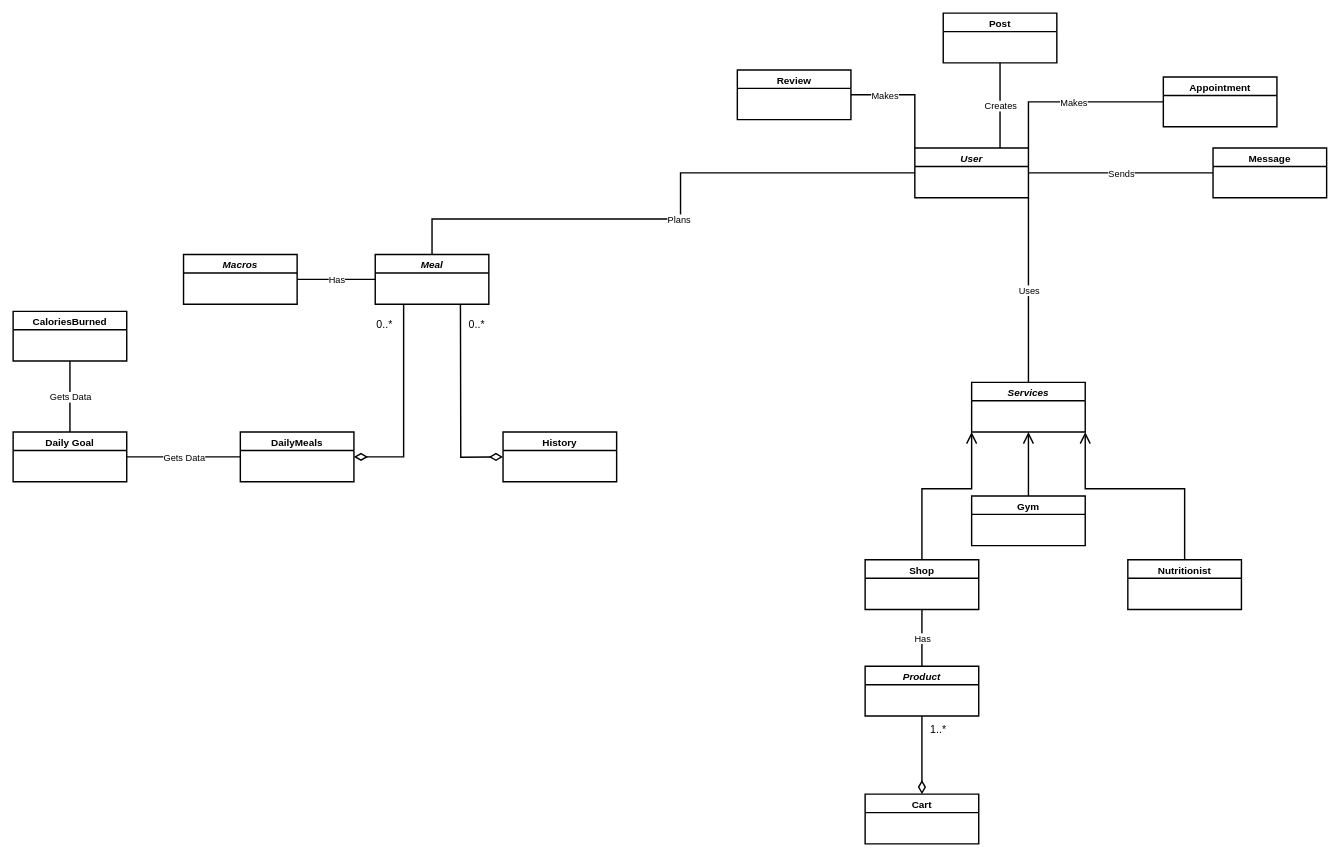
Above: ΤΡΙΤΟ ΠΑΡΑΔΟΤΕΟ/Διορθώσεις προηγούμενων παραδοτέων/DomainModelChartVersion2.drawio in Dionkaps/Eu-Zin (draw.io), before the change. Source tidied: cells renumbered, new cells numbered last; positions are measured from the earlier drawing's top-left corner, leaving out a move shared by most shapes. Both pictures are drawn from the tidied source at 71%, with x=0, y=0 at pixel (13, 13).
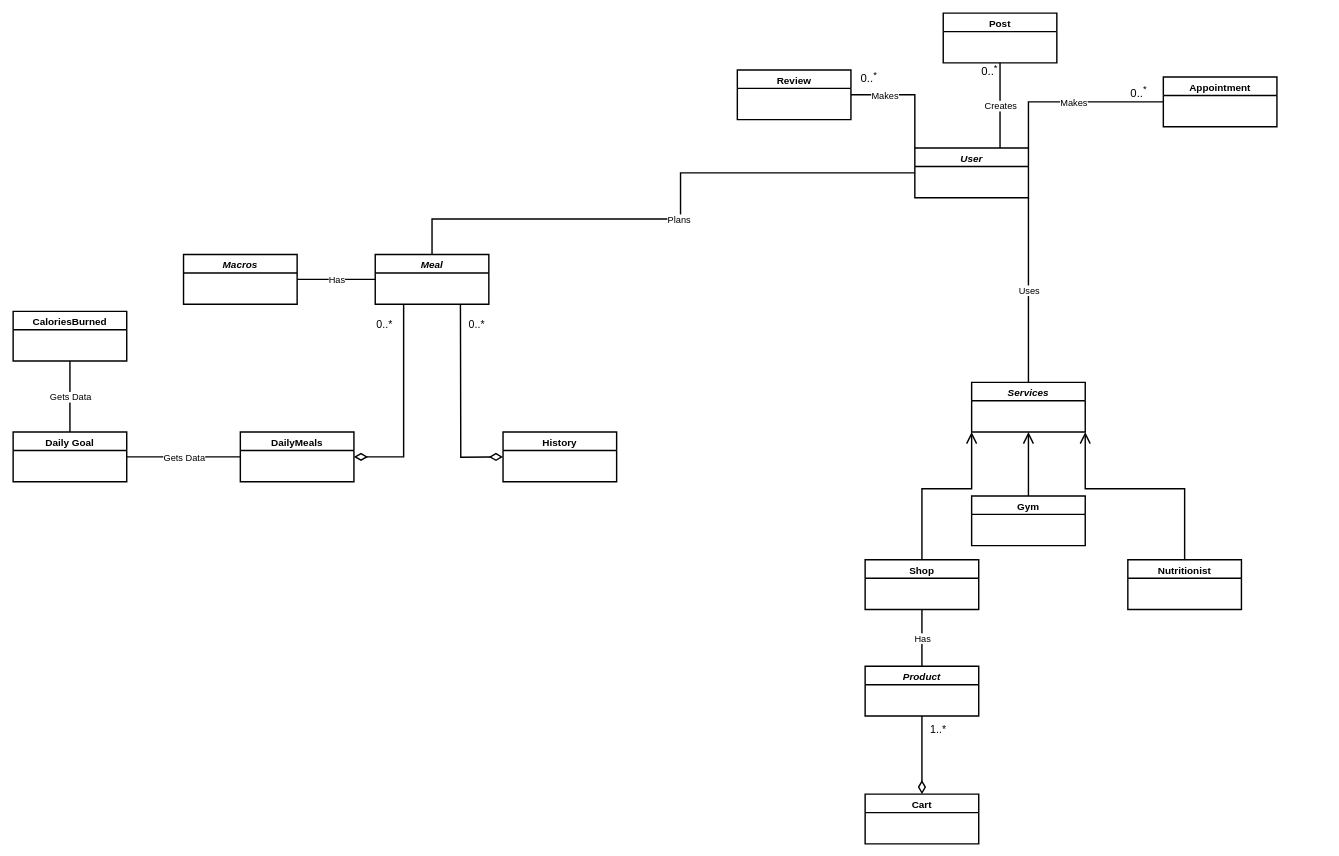
The same page after the edit.

Commit message (it also covers changes not shown here):
Τελική επεξεργασία Domain Model

Τελικές αλλαγές τοσο στο Word οσο και στο διάγραμμα του Domain Model

Unchanged cells that the change refers to:
```xml
<mxCell id="2" value="User" style="swimlane;fontStyle=3;align=center;verticalAlign=top;horizontal=1;startSize=26;rounded=0;shadow=0;strokeWidth=2;fontSize=14;" parent="1" vertex="1">
  <mxGeometry x="1270" y="190" width="160" height="70" as="geometry" />
</mxCell>
```

Change to the diagram source:
```diff
@@
-    <mxCell id="13" value="Message" style="swimlane;fontStyle=1;align=center;verticalAlign=top;horizontal=1;startSize=26;rounded=0;shadow=0;strokeWidth=2;fontSize=14;" parent="1" vertex="1">
-      <mxGeometry x="1690" y="190" width="160" height="70" as="geometry" />
-    </mxCell>
@@
-    <mxCell id="19" style="endArrow=none;html=1;rounded=0;anchorPointDirection=1;startFill=1;endFill=0;strokeWidth=2;exitX=1;exitY=0.5;exitDx=0;exitDy=0;entryX=0;entryY=0.5;entryDx=0;entryDy=0;" parent="1" edge="1" source="2" target="13">
-      <mxGeometry relative="1" as="geometry" />
-    </mxCell>
-    <mxCell id="20" value="Sends" style="edgeLabel;html=1;align=center;verticalAlign=middle;fontSize=13;" parent="19" vertex="1">
-      <mxGeometry relative="1" as="geometry" />
-    </mxCell>
@@
+    <mxCell id="45" value="&lt;font style=&quot;font-size: 16px;&quot;&gt;0..&lt;sup&gt;*&lt;/sup&gt;&lt;/font&gt;" style="text;html=1;align=center;verticalAlign=middle;strokeColor=none;fillColor=none;" parent="1" vertex="1">
+      <mxGeometry x="1560" y="90" width="50" height="40" as="geometry" />
+    </mxCell>
+    <mxCell id="46" value="&lt;font style=&quot;font-size: 16px;&quot;&gt;0..&lt;sup&gt;*&lt;/sup&gt;&lt;/font&gt;" style="text;html=1;align=center;verticalAlign=middle;strokeColor=none;fillColor=none;" parent="1" vertex="1">
+      <mxGeometry x="1350" y="60" width="50" height="40" as="geometry" />
+    </mxCell>
+    <mxCell id="47" value="&lt;font style=&quot;font-size: 16px;&quot;&gt;0..&lt;sup&gt;*&lt;/sup&gt;&lt;/font&gt;" style="text;html=1;align=center;verticalAlign=middle;strokeColor=none;fillColor=none;" parent="1" vertex="1">
+      <mxGeometry x="1180" y="70" width="50" height="40" as="geometry" />
+    </mxCell>
```
